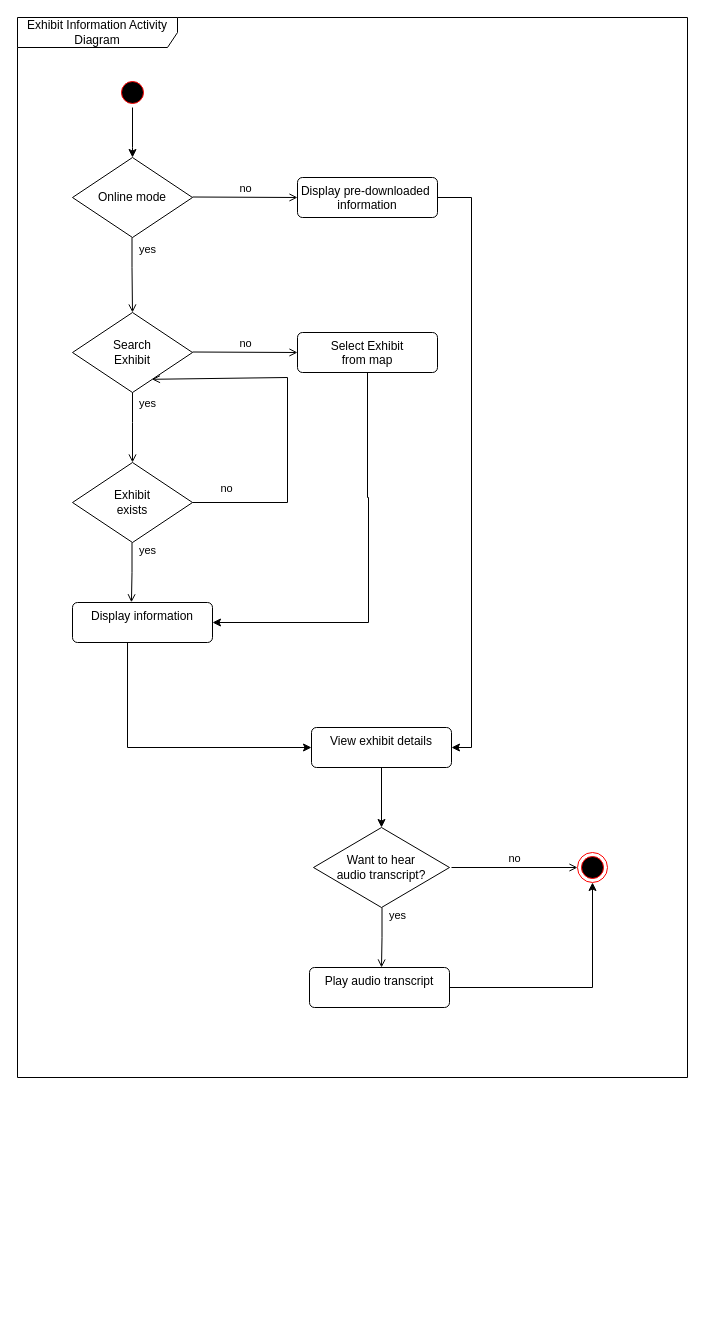
The draw.io diagram Activity Diagrams/Exhibit Information.drawio in gsklaven/MusePath, before the edit. Source tidied: cells renumbered, new cells numbered last; positions are measured from the earlier drawing's top-left corner, leaving out a move shared by most shapes. Both pictures are drawn from the tidied source at 100%, with x=0, y=0 at pixel (17, 17).
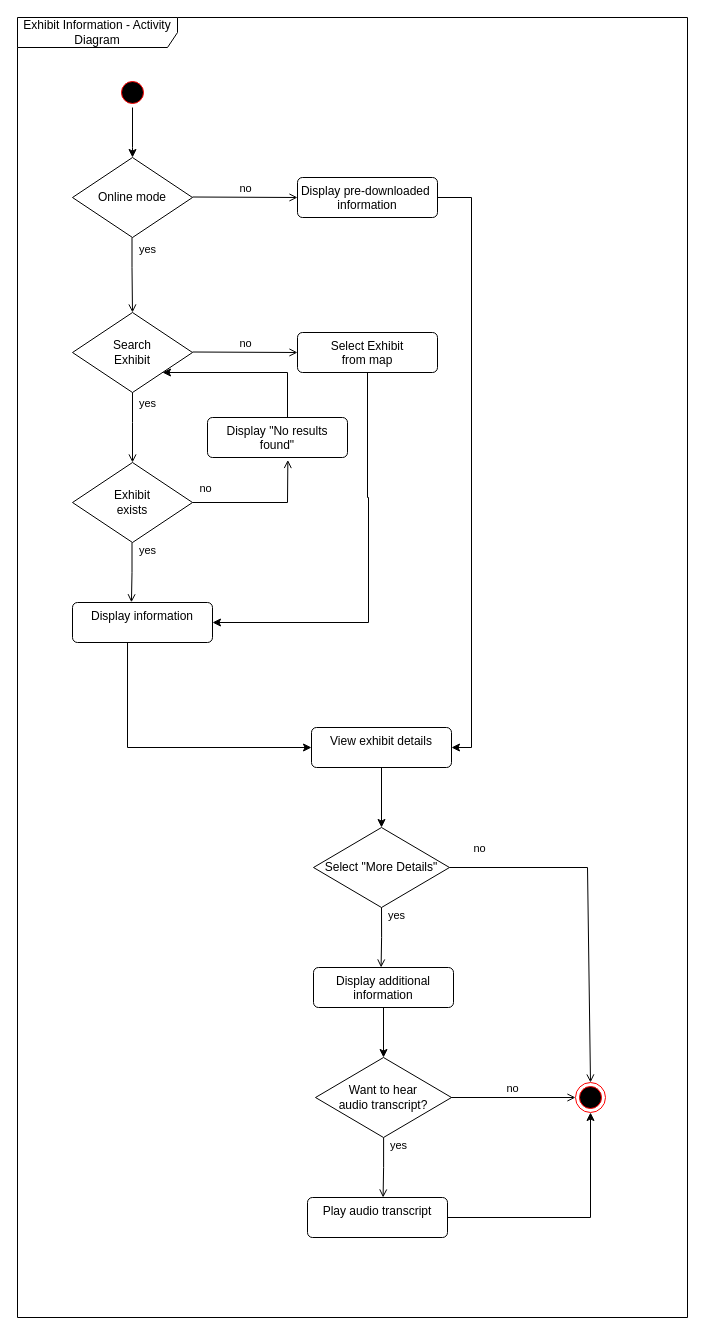
The same page after the edit.

The change refers to these unchanged cells:
```xml
<mxCell id="5" value="Search&lt;div&gt;Exhibit&lt;/div&gt;" style="rhombus;whiteSpace=wrap;html=1;" parent="1" vertex="1">
  <mxGeometry x="55" y="295" width="120" height="80" as="geometry" />
</mxCell>
<mxCell id="10" value="&lt;div&gt;Exhibit&lt;/div&gt;&lt;div&gt;exists&lt;/div&gt;" style="rhombus;whiteSpace=wrap;html=1;" parent="1" vertex="1">
  <mxGeometry x="55" y="445" width="120" height="80" as="geometry" />
</mxCell>
<mxCell id="21" value="View exhibit details" style="html=1;align=center;verticalAlign=top;rounded=1;absoluteArcSize=1;arcSize=10;dashed=0;whiteSpace=wrap;" parent="1" vertex="1">
  <mxGeometry x="294" y="710" width="140" height="40" as="geometry" />
</mxCell>
```

Diff of the diagram source:
```diff
@@
-    <mxCell id="4" style="ellipse;html=1;shape=endState;fillColor=#000000;strokeColor=#ff0000;" parent="1" vertex="1">
-      <mxGeometry x="560" y="835" width="30" height="30" as="geometry" />
-    </mxCell>
@@
-    <mxCell id="13" value="no" style="html=1;verticalAlign=bottom;labelBackgroundColor=none;endArrow=open;endFill=0;rounded=0;exitX=1;exitY=0.5;exitDx=0;exitDy=0;entryX=0.662;entryY=0.835;entryDx=0;entryDy=0;entryPerimeter=0;" parent="1" edge="1" source="10" target="5">
+    <mxCell id="13" value="no" style="html=1;verticalAlign=bottom;labelBackgroundColor=none;endArrow=open;endFill=0;rounded=0;exitX=1;exitY=0.5;exitDx=0;exitDy=0;entryX=0.574;entryY=1.062;entryDx=0;entryDy=0;entryPerimeter=0;" parent="1" edge="1" source="10" target="28">
       <mxGeometry x="-0.81" y="5" relative="1" as="geometry">
         <Array as="points">
           <mxPoint x="270" y="485" />
-          <mxPoint x="270" y="360" />
         </Array>
       </mxGeometry>
     </mxCell>
@@
-    <mxCell id="20" style="edgeStyle=orthogonalEdgeStyle;rounded=0;jettySize=auto;html=1;entryX=0.5;entryY=0;entryDx=0;entryDy=0;" parent="1" edge="1" source="21" target="22">
+    <mxCell id="20" style="edgeStyle=orthogonalEdgeStyle;rounded=0;jettySize=auto;html=1;entryX=0.5;entryY=0;entryDx=0;entryDy=0;" parent="1" edge="1" source="21" target="29">
       <mxGeometry relative="1" as="geometry" />
     </mxCell>
@@
-    <mxCell id="22" value="&lt;div&gt;Want to hear&lt;/div&gt;&lt;div&gt;audio transcript?&lt;/div&gt;" style="rhombus;whiteSpace=wrap;html=1;" parent="1" vertex="1">
-      <mxGeometry x="296" y="810" width="136" height="80" as="geometry" />
-    </mxCell>
+    <mxCell id="27" value="Exhibit Information - Activity Diagram" style="shape=umlFrame;whiteSpace=wrap;html=1;width=160;" parent="1" vertex="1">
+      <mxGeometry width="670" height="1300" as="geometry" />
+    </mxCell>
+    <mxCell id="28" value="Display &quot;No results found&quot;" style="html=1;align=center;verticalAlign=top;rounded=1;absoluteArcSize=1;arcSize=10;dashed=0;whiteSpace=wrap;" parent="27" vertex="1">
+      <mxGeometry x="190" y="400" width="140" height="40" as="geometry" />
+    </mxCell>
+    <mxCell id="29" value="&lt;div&gt;Select &quot;More Details&quot;&lt;/div&gt;" style="rhombus;whiteSpace=wrap;html=1;" parent="27" vertex="1">
+      <mxGeometry x="296" y="810" width="136" height="80" as="geometry" />
+    </mxCell>
+    <mxCell id="4" style="ellipse;html=1;shape=endState;fillColor=#000000;strokeColor=#ff0000;" parent="27" vertex="1">
+      <mxGeometry x="558" y="1065" width="30" height="30" as="geometry" />
+    </mxCell>
-    <mxCell id="23" value="no" style="html=1;verticalAlign=bottom;labelBackgroundColor=none;endArrow=open;endFill=0;rounded=0;entryX=0;entryY=0.5;entryDx=0;entryDy=0;" parent="1" edge="1" target="4">
+    <mxCell id="23" value="no" style="html=1;verticalAlign=bottom;labelBackgroundColor=none;endArrow=open;endFill=0;rounded=0;entryX=0;entryY=0.5;entryDx=0;entryDy=0;" parent="27" edge="1" target="4">
       <mxGeometry relative="1" as="geometry">
-        <mxPoint x="434" y="850" as="sourcePoint" />
+        <mxPoint x="432" y="1080" as="sourcePoint" />
       </mxGeometry>
     </mxCell>
-    <mxCell id="24" value="yes" style="html=1;verticalAlign=bottom;labelBackgroundColor=none;endArrow=open;endFill=0;rounded=0;entryX=0.421;entryY=-0.005;entryDx=0;entryDy=0;exitX=0.5;exitY=1;exitDx=0;exitDy=0;entryPerimeter=0;" parent="1" edge="1">
+    <mxCell id="24" value="yes" style="html=1;verticalAlign=bottom;labelBackgroundColor=none;endArrow=open;endFill=0;rounded=0;entryX=0.421;entryY=-0.005;entryDx=0;entryDy=0;exitX=0.5;exitY=1;exitDx=0;exitDy=0;entryPerimeter=0;" parent="27" edge="1">
       <mxGeometry x="-0.43" y="15" relative="1" as="geometry">
-        <mxPoint x="364.5" y="890" as="sourcePoint" />
-        <mxPoint x="364" y="950" as="targetPoint" />
+        <mxPoint x="366.1" y="1120" as="sourcePoint" />
+        <mxPoint x="365.6" y="1180" as="targetPoint" />
         <Array as="points">
-          <mxPoint x="364.5" y="920" />
+          <mxPoint x="366.1" y="1150" />
         </Array>
       </mxGeometry>
     </mxCell>
-    <mxCell id="25" style="edgeStyle=orthogonalEdgeStyle;rounded=0;jettySize=auto;html=1;entryX=0.5;entryY=1;entryDx=0;entryDy=0;" parent="1" edge="1" source="26" target="4">
+    <mxCell id="25" style="edgeStyle=orthogonalEdgeStyle;rounded=0;jettySize=auto;html=1;entryX=0.5;entryY=1;entryDx=0;entryDy=0;" parent="27" edge="1" source="26" target="4">
       <mxGeometry relative="1" as="geometry" />
     </mxCell>
-    <mxCell id="26" value="Play audio transcript" style="html=1;align=center;verticalAlign=top;rounded=1;absoluteArcSize=1;arcSize=10;dashed=0;whiteSpace=wrap;" parent="1" vertex="1">
-      <mxGeometry x="292" y="950" width="140" height="40" as="geometry" />
+    <mxCell id="26" value="Play audio transcript" style="html=1;align=center;verticalAlign=top;rounded=1;absoluteArcSize=1;arcSize=10;dashed=0;whiteSpace=wrap;" parent="27" vertex="1">
+      <mxGeometry x="290" y="1180" width="140" height="40" as="geometry" />
     </mxCell>
-    <mxCell id="27" value="Exhibit Information Activity Diagram" style="shape=umlFrame;whiteSpace=wrap;html=1;width=160;" parent="1" vertex="1">
-      <mxGeometry width="670" height="1060" as="geometry" />
-    </mxCell>
+    <mxCell id="22" value="&lt;div&gt;Want to hear&lt;/div&gt;&lt;div&gt;audio transcript?&lt;/div&gt;" style="rhombus;whiteSpace=wrap;html=1;" parent="27" vertex="1">
+      <mxGeometry x="298" y="1040" width="136" height="80" as="geometry" />
+    </mxCell>
+    <mxCell id="30" value="no" style="html=1;verticalAlign=bottom;labelBackgroundColor=none;endArrow=open;endFill=0;rounded=0;entryX=0.5;entryY=0;entryDx=0;entryDy=0;exitX=1;exitY=0.5;exitDx=0;exitDy=0;" parent="27" edge="1" source="29" target="4">
+      <mxGeometry x="-0.83" y="10" relative="1" as="geometry">
+        <Array as="points">
+          <mxPoint x="570" y="850" />
+        </Array>
+      </mxGeometry>
+    </mxCell>
+    <mxCell id="31" value="yes" style="html=1;verticalAlign=bottom;labelBackgroundColor=none;endArrow=open;endFill=0;rounded=0;entryX=0.421;entryY=-0.005;entryDx=0;entryDy=0;exitX=0.5;exitY=1;exitDx=0;exitDy=0;entryPerimeter=0;" parent="27" edge="1" source="29">
+      <mxGeometry x="-0.43" y="15" relative="1" as="geometry">
+        <mxPoint x="363.6" y="950" as="targetPoint" />
+        <Array as="points">
+          <mxPoint x="364.1" y="920" />
+        </Array>
+      </mxGeometry>
+    </mxCell>
+    <mxCell id="32" style="edgeStyle=orthogonalEdgeStyle;rounded=0;jettySize=auto;html=1;entryX=0.5;entryY=0;entryDx=0;entryDy=0;" parent="27" edge="1" source="33" target="22">
+      <mxGeometry relative="1" as="geometry" />
+    </mxCell>
+    <mxCell id="33" value="Display additional information" style="html=1;align=center;verticalAlign=top;rounded=1;absoluteArcSize=1;arcSize=10;dashed=0;whiteSpace=wrap;" parent="27" vertex="1">
+      <mxGeometry x="296" y="950" width="140" height="40" as="geometry" />
+    </mxCell>
+    <mxCell id="34" style="edgeStyle=orthogonalEdgeStyle;rounded=0;jettySize=auto;html=1;entryX=1;entryY=1;entryDx=0;entryDy=0;" parent="1" edge="1" source="28" target="5">
+      <mxGeometry relative="1" as="geometry">
+        <Array as="points">
+          <mxPoint x="270" y="355" />
+        </Array>
+      </mxGeometry>
+    </mxCell>
```
